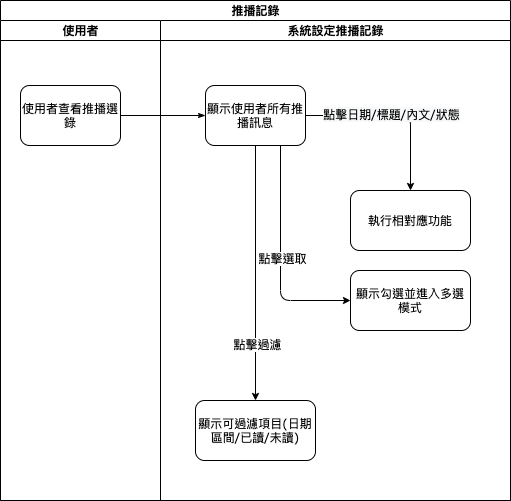
Before: 8.10.0/UPDATE/ITEM_2/MAE/image/workflow_record.png, a diagram exported from draw.io (ArcareRD/sadocs). Source tidied: cells renumbered, new cells last; positions are measured from the earlier drawing's top-left corner, leaving out a move shared by most shapes. Source of this version:
```xml
<mxGraphModel background="#ffffff">
  <root>
    <mxCell id="0" />
    <mxCell id="1" parent="0" />
    <mxCell id="2" value="推播記錄" style="swimlane;html=1;startSize=20;rounded=0;shadow=0;labelBackgroundColor=none;strokeWidth=1;fontFamily=Verdana;fontSize=8;align=center;" parent="1" vertex="1">
      <mxGeometry width="510" height="500" as="geometry" />
    </mxCell>
    <mxCell id="3" value="使用者" style="swimlane;html=1;startSize=20;" parent="2" vertex="1">
      <mxGeometry y="20" width="160" height="480" as="geometry" />
    </mxCell>
    <mxCell id="4" value="使用者查看推播選錄" style="rounded=1;whiteSpace=wrap;html=1;shadow=0;labelBackgroundColor=none;strokeWidth=1;fontFamily=Verdana;fontSize=8;align=center;" parent="3" vertex="1">
      <mxGeometry x="20" y="65" width="100" height="60" as="geometry" />
    </mxCell>
    <mxCell id="5" style="edgeStyle=orthogonalEdgeStyle;rounded=1;html=1;labelBackgroundColor=none;startArrow=none;startFill=0;startSize=5;endArrow=classicThin;endFill=1;endSize=5;jettySize=auto;strokeWidth=1;fontFamily=Verdana;fontSize=8;" parent="2" edge="1" source="4" target="9">
      <mxGeometry relative="1" as="geometry" />
    </mxCell>
    <mxCell id="6" value="系統設定推播記錄" style="swimlane;html=1;startSize=20;" parent="2" vertex="1">
      <mxGeometry x="160" y="20" width="350" height="480" as="geometry" />
    </mxCell>
    <mxCell id="7" style="edgeStyle=orthogonalEdgeStyle;rounded=1;jettySize=auto;html=1;exitX=1;exitY=0.5;exitDx=0;exitDy=0;entryX=0.5;entryY=0;entryDx=0;entryDy=0;startSize=5;endSize=5;" parent="6" edge="1" source="9" target="12">
      <mxGeometry relative="1" as="geometry" />
    </mxCell>
    <mxCell id="8" value="&lt;span style=&quot;font-family: &amp;#34;verdana&amp;#34; ; font-size: 8px ; background-color: rgb(248 , 249 , 250)&quot;&gt;點擊日期/標題/內文/狀態&lt;/span&gt;" style="edgeLabel;html=1;align=center;verticalAlign=middle;" parent="7" vertex="1">
      <mxGeometry x="-0.06" y="2" relative="1" as="geometry" />
    </mxCell>
    <mxCell id="9" value="顯示使用者所有推播訊息" style="rounded=1;whiteSpace=wrap;html=1;shadow=0;labelBackgroundColor=none;strokeWidth=1;fontFamily=Verdana;fontSize=8;align=center;" parent="6" vertex="1">
      <mxGeometry x="45" y="65" width="100" height="60" as="geometry" />
    </mxCell>
    <mxCell id="10" style="edgeStyle=orthogonalEdgeStyle;rounded=1;jettySize=auto;html=1;startSize=5;endSize=5;entryX=0;entryY=0.5;entryDx=0;entryDy=0;" parent="6" edge="1" source="9" target="13">
      <mxGeometry relative="1" as="geometry">
        <Array as="points">
          <mxPoint x="120" y="280" />
        </Array>
      </mxGeometry>
    </mxCell>
    <mxCell id="11" value="點擊選取" style="edgeLabel;html=1;align=center;verticalAlign=middle;" parent="10" vertex="1">
      <mxGeometry y="1" relative="1" as="geometry" />
    </mxCell>
    <mxCell id="12" value="執行相對應功能" style="whiteSpace=wrap;html=1;rounded=1;shadow=0;fontFamily=Verdana;fontSize=8;strokeWidth=1;" parent="6" vertex="1">
      <mxGeometry x="190" y="170" width="120" height="60" as="geometry" />
    </mxCell>
    <mxCell id="13" value="顯示勾選並進入多選模式" style="whiteSpace=wrap;html=1;rounded=1;shadow=0;fontFamily=Verdana;fontSize=8;strokeWidth=1;" parent="6" vertex="1">
      <mxGeometry x="190" y="250" width="120" height="60" as="geometry" />
    </mxCell>
    <mxCell id="14" value="顯示可過濾項目(日期區間/已讀/未讀)" style="whiteSpace=wrap;html=1;rounded=1;shadow=0;fontFamily=Verdana;fontSize=8;strokeWidth=1;" parent="6" vertex="1">
      <mxGeometry x="35" y="380" width="120" height="60" as="geometry" />
    </mxCell>
    <mxCell id="15" style="edgeStyle=orthogonalEdgeStyle;rounded=1;jettySize=auto;html=1;startSize=5;endSize=5;" parent="6" edge="1" source="9" target="14">
      <mxGeometry relative="1" as="geometry" />
    </mxCell>
    <mxCell id="16" value="點擊過濾" style="edgeLabel;html=1;align=center;verticalAlign=middle;" parent="15" vertex="1">
      <mxGeometry x="0.55" y="1" relative="1" as="geometry" />
    </mxCell>
  </root>
</mxGraphModel>
```
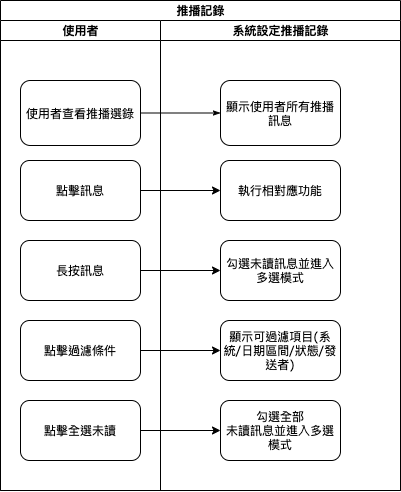
Later version of the same file.

Change to the diagram source:
```diff
@@ -3,53 +3,58 @@
     <mxCell id="0" />
     <mxCell id="1" parent="0" />
     <mxCell id="2" value="推播記錄" style="swimlane;html=1;startSize=20;rounded=0;shadow=0;labelBackgroundColor=none;strokeWidth=1;fontFamily=Verdana;fontSize=8;align=center;" parent="1" vertex="1">
-      <mxGeometry width="510" height="500" as="geometry" />
+      <mxGeometry width="400" height="490" as="geometry" />
     </mxCell>
     <mxCell id="3" value="使用者" style="swimlane;html=1;startSize=20;" parent="2" vertex="1">
-      <mxGeometry y="20" width="160" height="480" as="geometry" />
+      <mxGeometry y="20" width="160" height="470" as="geometry" />
     </mxCell>
     <mxCell id="4" value="使用者查看推播選錄" style="rounded=1;whiteSpace=wrap;html=1;shadow=0;labelBackgroundColor=none;strokeWidth=1;fontFamily=Verdana;fontSize=8;align=center;" parent="3" vertex="1">
-      <mxGeometry x="20" y="65" width="100" height="60" as="geometry" />
+      <mxGeometry x="20" y="60" width="120" height="65" as="geometry" />
     </mxCell>
+    <mxCell id="17" value="&lt;span style=&quot;font-family: &amp;#34;verdana&amp;#34;&quot;&gt;點擊訊息&lt;/span&gt;" style="whiteSpace=wrap;html=1;rounded=1;shadow=0;fontFamily=Verdana;fontSize=8;strokeWidth=1;" parent="3" vertex="1">
+      <mxGeometry x="20" y="140" width="120" height="60" as="geometry" />
+    </mxCell>
+    <mxCell id="18" value="&lt;span style=&quot;font-family: &amp;#34;verdana&amp;#34;&quot;&gt;長按訊息&lt;/span&gt;" style="whiteSpace=wrap;html=1;rounded=1;shadow=0;fontFamily=Verdana;fontSize=8;strokeWidth=1;" parent="3" vertex="1">
+      <mxGeometry x="20" y="220" width="120" height="60" as="geometry" />
+    </mxCell>
+    <mxCell id="19" value="&lt;span style=&quot;font-family: &amp;#34;helvetica&amp;#34; ; font-size: 11px ; background-color: rgb(255 , 255 , 255)&quot;&gt;點擊過濾條件&lt;/span&gt;" style="whiteSpace=wrap;html=1;rounded=1;shadow=0;fontFamily=Verdana;fontSize=8;strokeWidth=1;" parent="3" vertex="1">
+      <mxGeometry x="20" y="300" width="120" height="60" as="geometry" />
+    </mxCell>
+    <mxCell id="20" value="&lt;span style=&quot;font-family: &amp;#34;helvetica&amp;#34; ; font-size: 11px ; background-color: rgb(255 , 255 , 255)&quot;&gt;點擊全選未讀&lt;/span&gt;" style="whiteSpace=wrap;html=1;rounded=1;shadow=0;fontFamily=Verdana;fontSize=8;strokeWidth=1;" parent="3" vertex="1">
+      <mxGeometry x="20" y="380" width="120" height="60" as="geometry" />
+    </mxCell>
     <mxCell id="5" style="edgeStyle=orthogonalEdgeStyle;rounded=1;html=1;labelBackgroundColor=none;startArrow=none;startFill=0;startSize=5;endArrow=classicThin;endFill=1;endSize=5;jettySize=auto;strokeWidth=1;fontFamily=Verdana;fontSize=8;" parent="2" edge="1" source="4" target="9">
       <mxGeometry relative="1" as="geometry" />
     </mxCell>
+    <mxCell id="21" style="edgeStyle=orthogonalEdgeStyle;rounded=1;jettySize=auto;html=1;" parent="2" edge="1" source="17" target="12">
+      <mxGeometry relative="1" as="geometry" />
+    </mxCell>
+    <mxCell id="22" style="edgeStyle=orthogonalEdgeStyle;rounded=1;jettySize=auto;html=1;" parent="2" edge="1" source="18" target="25">
+      <mxGeometry relative="1" as="geometry" />
+    </mxCell>
+    <mxCell id="23" style="edgeStyle=orthogonalEdgeStyle;rounded=1;jettySize=auto;html=1;" parent="2" edge="1" source="19" target="26">
+      <mxGeometry relative="1" as="geometry" />
+    </mxCell>
+    <mxCell id="24" style="edgeStyle=orthogonalEdgeStyle;rounded=1;jettySize=auto;html=1;" parent="2" edge="1" source="20" target="27">
+      <mxGeometry relative="1" as="geometry" />
+    </mxCell>
     <mxCell id="6" value="系統設定推播記錄" style="swimlane;html=1;startSize=20;" parent="2" vertex="1">
-      <mxGeometry x="160" y="20" width="350" height="480" as="geometry" />
+      <mxGeometry x="160" y="20" width="240" height="470" as="geometry" />
     </mxCell>
-    <mxCell id="7" style="edgeStyle=orthogonalEdgeStyle;rounded=1;jettySize=auto;html=1;exitX=1;exitY=0.5;exitDx=0;exitDy=0;entryX=0.5;entryY=0;entryDx=0;entryDy=0;startSize=5;endSize=5;" parent="6" edge="1" source="9" target="12">
-      <mxGeometry relative="1" as="geometry" />
-    </mxCell>
-    <mxCell id="8" value="&lt;span style=&quot;font-family: &amp;#34;verdana&amp;#34; ; font-size: 8px ; background-color: rgb(248 , 249 , 250)&quot;&gt;點擊日期/標題/內文/狀態&lt;/span&gt;" style="edgeLabel;html=1;align=center;verticalAlign=middle;" parent="7" vertex="1">
-      <mxGeometry x="-0.06" y="2" relative="1" as="geometry" />
-    </mxCell>
     <mxCell id="9" value="顯示使用者所有推播訊息" style="rounded=1;whiteSpace=wrap;html=1;shadow=0;labelBackgroundColor=none;strokeWidth=1;fontFamily=Verdana;fontSize=8;align=center;" parent="6" vertex="1">
-      <mxGeometry x="45" y="65" width="100" height="60" as="geometry" />
+      <mxGeometry x="60" y="60" width="120" height="65" as="geometry" />
     </mxCell>
-    <mxCell id="10" style="edgeStyle=orthogonalEdgeStyle;rounded=1;jettySize=auto;html=1;startSize=5;endSize=5;entryX=0;entryY=0.5;entryDx=0;entryDy=0;" parent="6" edge="1" source="9" target="13">
-      <mxGeometry relative="1" as="geometry">
-        <Array as="points">
-          <mxPoint x="120" y="280" />
-        </Array>
-      </mxGeometry>
-    </mxCell>
-    <mxCell id="11" value="點擊選取" style="edgeLabel;html=1;align=center;verticalAlign=middle;" parent="10" vertex="1">
-      <mxGeometry y="1" relative="1" as="geometry" />
-    </mxCell>
-    <mxCell id="12" value="執行相對應功能" style="whiteSpace=wrap;html=1;rounded=1;shadow=0;fontFamily=Verdana;fontSize=8;strokeWidth=1;" parent="6" vertex="1">
-      <mxGeometry x="190" y="170" width="120" height="60" as="geometry" />
+    <mxCell id="12" value="&lt;span&gt;執行相對應功能&lt;/span&gt;" style="whiteSpace=wrap;html=1;rounded=1;shadow=0;fontFamily=Verdana;fontSize=8;strokeWidth=1;" parent="6" vertex="1">
+      <mxGeometry x="60" y="140" width="120" height="60" as="geometry" />
     </mxCell>
-    <mxCell id="13" value="顯示勾選並進入多選模式" style="whiteSpace=wrap;html=1;rounded=1;shadow=0;fontFamily=Verdana;fontSize=8;strokeWidth=1;" parent="6" vertex="1">
-      <mxGeometry x="190" y="250" width="120" height="60" as="geometry" />
-    </mxCell>
-    <mxCell id="14" value="顯示可過濾項目(日期區間/已讀/未讀)" style="whiteSpace=wrap;html=1;rounded=1;shadow=0;fontFamily=Verdana;fontSize=8;strokeWidth=1;" parent="6" vertex="1">
-      <mxGeometry x="35" y="380" width="120" height="60" as="geometry" />
-    </mxCell>
-    <mxCell id="15" style="edgeStyle=orthogonalEdgeStyle;rounded=1;jettySize=auto;html=1;startSize=5;endSize=5;" parent="6" edge="1" source="9" target="14">
-      <mxGeometry relative="1" as="geometry" />
-    </mxCell>
-    <mxCell id="16" value="點擊過濾" style="edgeLabel;html=1;align=center;verticalAlign=middle;" parent="15" vertex="1">
-      <mxGeometry x="0.55" y="1" relative="1" as="geometry" />
-    </mxCell>
+    <mxCell id="25" value="&lt;span&gt;勾選未讀訊息並進入多選模式&lt;/span&gt;" style="whiteSpace=wrap;html=1;rounded=1;shadow=0;fontFamily=Verdana;fontSize=8;strokeWidth=1;" parent="6" vertex="1">
+      <mxGeometry x="60" y="220" width="120" height="60" as="geometry" />
+    </mxCell>
+    <mxCell id="26" value="&lt;span&gt;顯示可過濾項目(系統/日期區間/狀態/發送者)&lt;/span&gt;" style="whiteSpace=wrap;html=1;rounded=1;shadow=0;fontFamily=Verdana;fontSize=8;strokeWidth=1;" parent="6" vertex="1">
+      <mxGeometry x="60" y="300" width="120" height="60" as="geometry" />
+    </mxCell>
+    <mxCell id="27" value="&lt;span&gt;勾選全部&lt;/span&gt;&lt;br&gt;&lt;span&gt;未讀訊息並進入多選模式&lt;/span&gt;" style="whiteSpace=wrap;html=1;rounded=1;shadow=0;fontFamily=Verdana;fontSize=8;strokeWidth=1;" parent="6" vertex="1">
+      <mxGeometry x="60" y="380" width="120" height="60" as="geometry" />
+    </mxCell>
   </root>
 </mxGraphModel>
```
